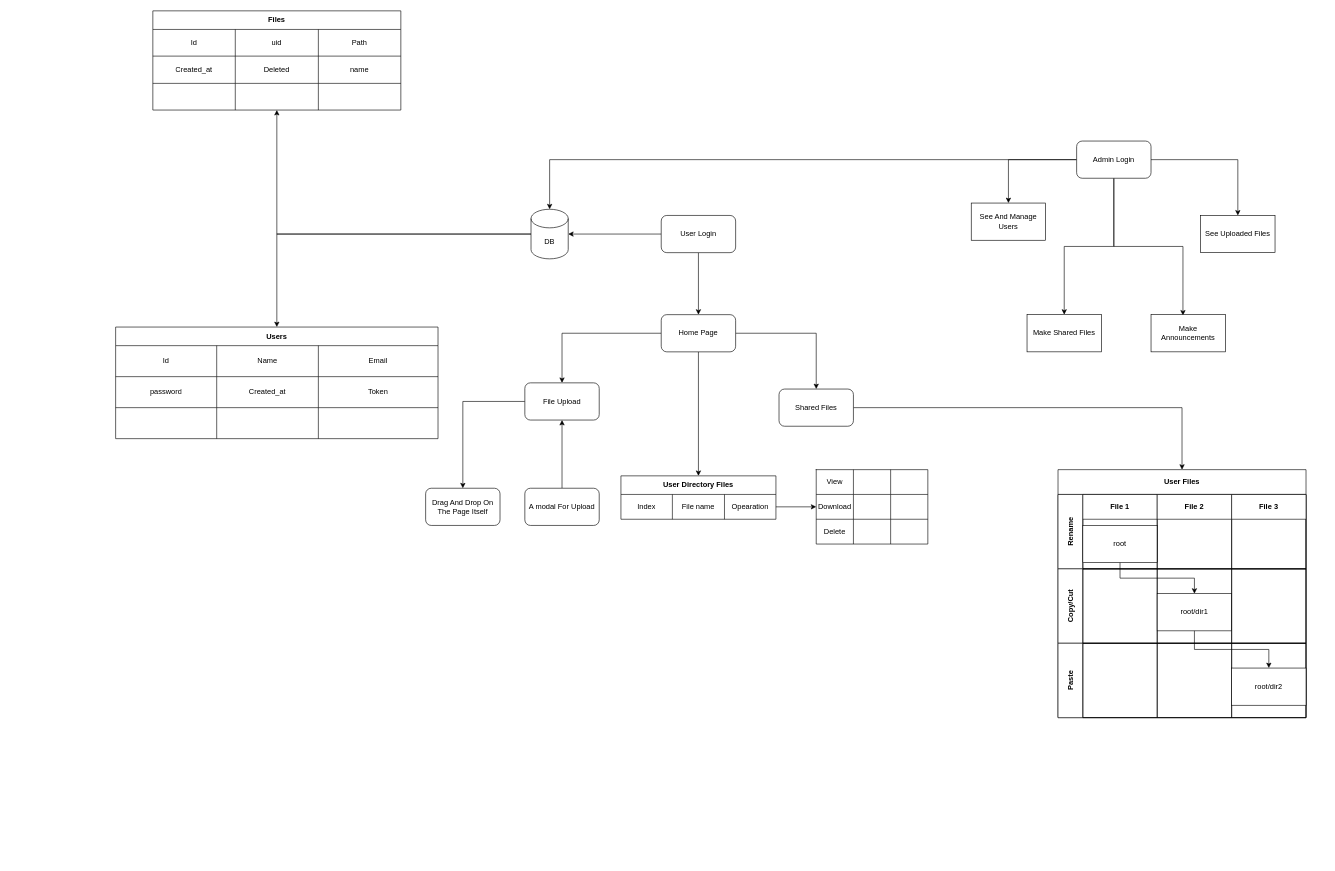
Earlier version of the draw.io diagram Untitled Diagram.drawio (KareemEl-Giushy/Diagrams). Source tidied: cells renumbered, new cells numbered last; positions are measured from the earlier drawing's top-left corner, leaving out a move shared by most shapes. Both pictures are drawn from the tidied source at 62%, with x=0, y=0 at pixel (115, 11).
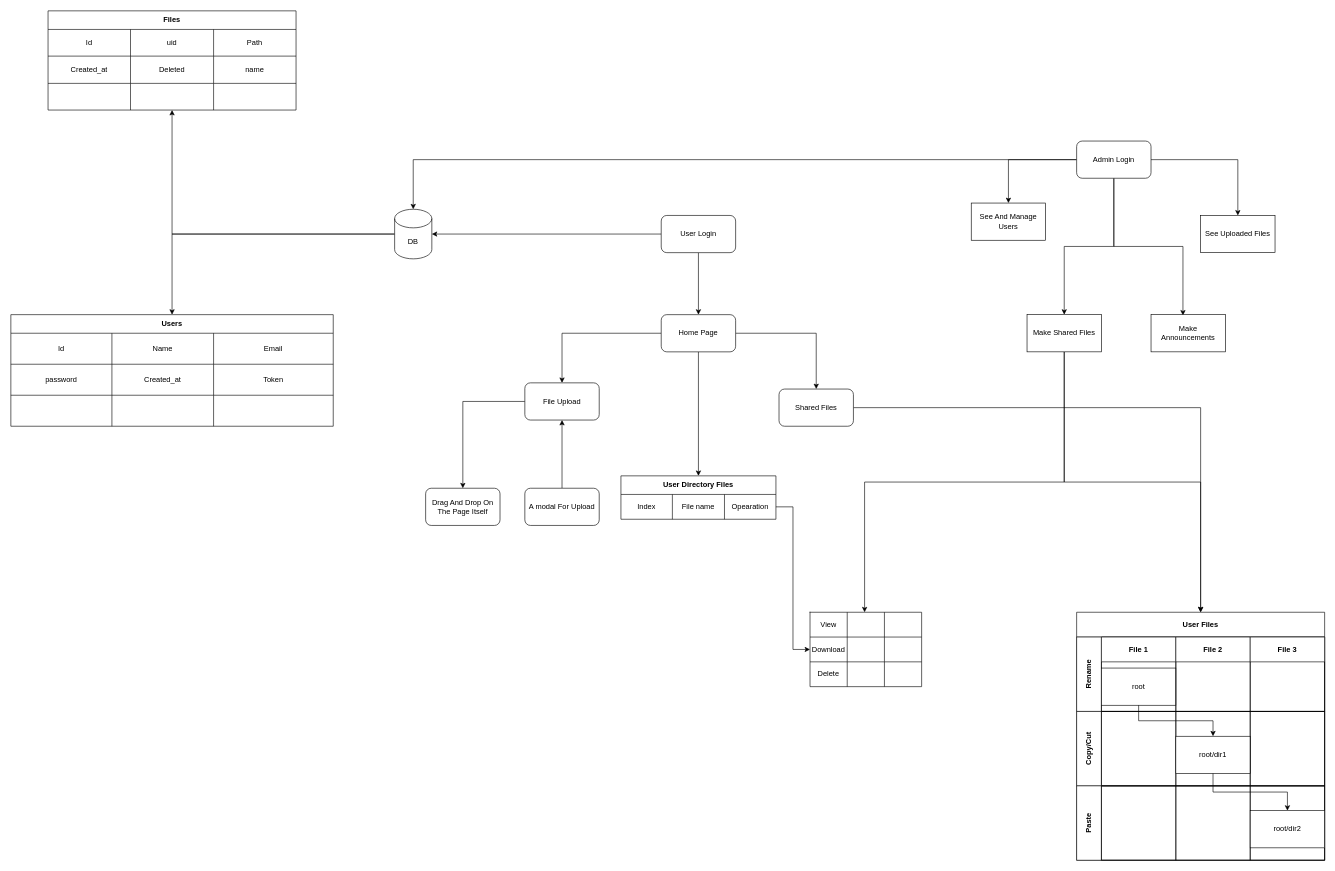
The same page after the edit.

Unchanged cells that the change refers to:
```xml
<mxCell id="24" value="Make Shared Files" style="rounded=0;whiteSpace=wrap;html=1;" parent="1" vertex="1">
  <mxGeometry x="1470" y="490" width="120" height="60" as="geometry" />
</mxCell>
<mxCell id="62" style="shape=partialRectangle;html=1;whiteSpace=wrap;fillColor=none;top=0;left=0;bottom=0;right=0;points=[[0,0.5],[1,0.5]];portConstraint=eastwest;" parent="61" vertex="1">
  <mxGeometry width="180" height="40" as="geometry" />
</mxCell>
```

What changed in the source:
```diff
@@
     <mxCell id="7" value="DB" style="shape=cylinder3;whiteSpace=wrap;html=1;boundedLbl=1;backgroundOutline=1;size=15;" parent="1" vertex="1">
-      <mxGeometry x="670" y="320" width="60" height="80" as="geometry" />
+      <mxGeometry x="450" y="320" width="60" height="80" as="geometry" />
     </mxCell>
@@
+    <mxCell id="92" style="edgeStyle=orthogonalEdgeStyle;rounded=0;jettySize=auto;html=1;entryX=0.5;entryY=0;entryDx=0;entryDy=0;" parent="1" edge="1" source="24" target="74">
+      <mxGeometry relative="1" as="geometry" />
+    </mxCell>
+    <mxCell id="93" style="edgeStyle=orthogonalEdgeStyle;rounded=0;jettySize=auto;html=1;entryX=0.489;entryY=0;entryDx=0;entryDy=0;entryPerimeter=0;" parent="1" edge="1" source="24" target="62">
+      <mxGeometry relative="1" as="geometry" />
+    </mxCell>
@@
     <mxCell id="26" value="Users" style="shape=table;html=1;whiteSpace=wrap;startSize=30;childLayout=tableLayout;fontStyle=1;align=center;" parent="1" vertex="1">
-      <mxGeometry y="510" width="520" height="180" as="geometry" />
+      <mxGeometry x="-169" y="490" width="520" height="180" as="geometry" />
     </mxCell>
@@
     <mxCell id="39" value="Files" style="shape=table;html=1;whiteSpace=wrap;startSize=30;childLayout=tableLayout;fontStyle=1;align=center;" parent="1" vertex="1">
-      <mxGeometry x="60" width="400" height="160" as="geometry" />
+      <mxGeometry x="-109" width="400" height="160" as="geometry" />
     </mxCell>
@@
     <mxCell id="61" style="shape=table;html=1;whiteSpace=wrap;startSize=0;childLayout=tableLayout;" parent="1" vertex="1">
-      <mxGeometry x="1130" y="740" width="180" height="120" as="geometry" />
+      <mxGeometry x="1120" y="970" width="180" height="120" as="geometry" />
     </mxCell>
@@
     <mxCell id="74" value="User Files" style="shape=table;childLayout=tableLayout;rowLines=0;columnLines=0;startSize=40;html=1;whiteSpace=wrap;fontStyle=1;align=center;" parent="1" vertex="1">
-      <mxGeometry x="1520" y="740" width="400" height="400" as="geometry" />
+      <mxGeometry x="1550" y="970" width="400" height="400" as="geometry" />
     </mxCell>
```
